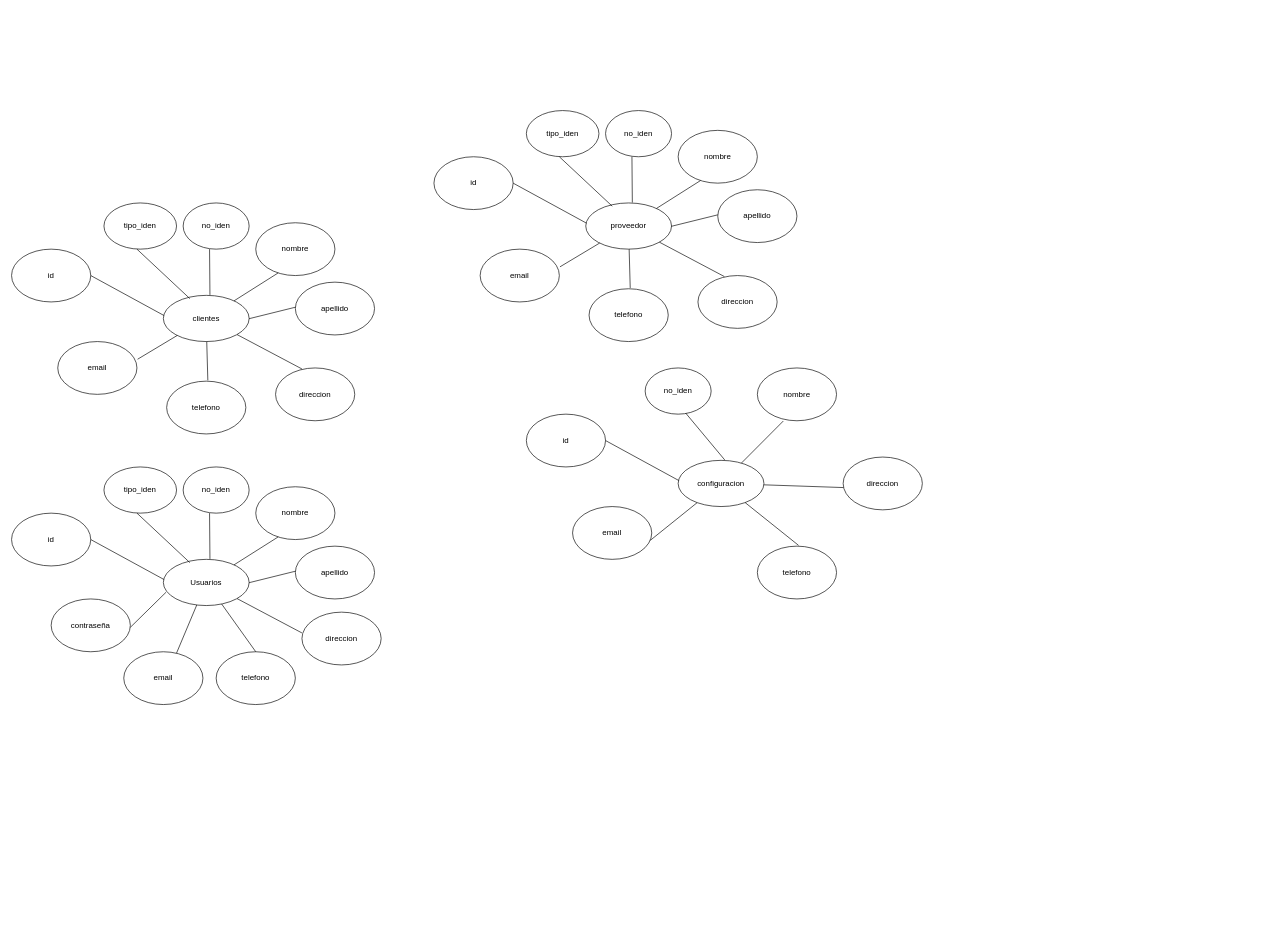
Earlier version of the draw.io diagram Proyecto_Desarrollo.drawio (Memo231823/ProyectoP). Source tidied: cells renumbered, new cells numbered last; positions are measured from the earlier drawing's top-left corner, leaving out a move shared by most shapes. Both pictures are drawn from the tidied source at 66%, with x=0, y=0 at pixel (11, 110).
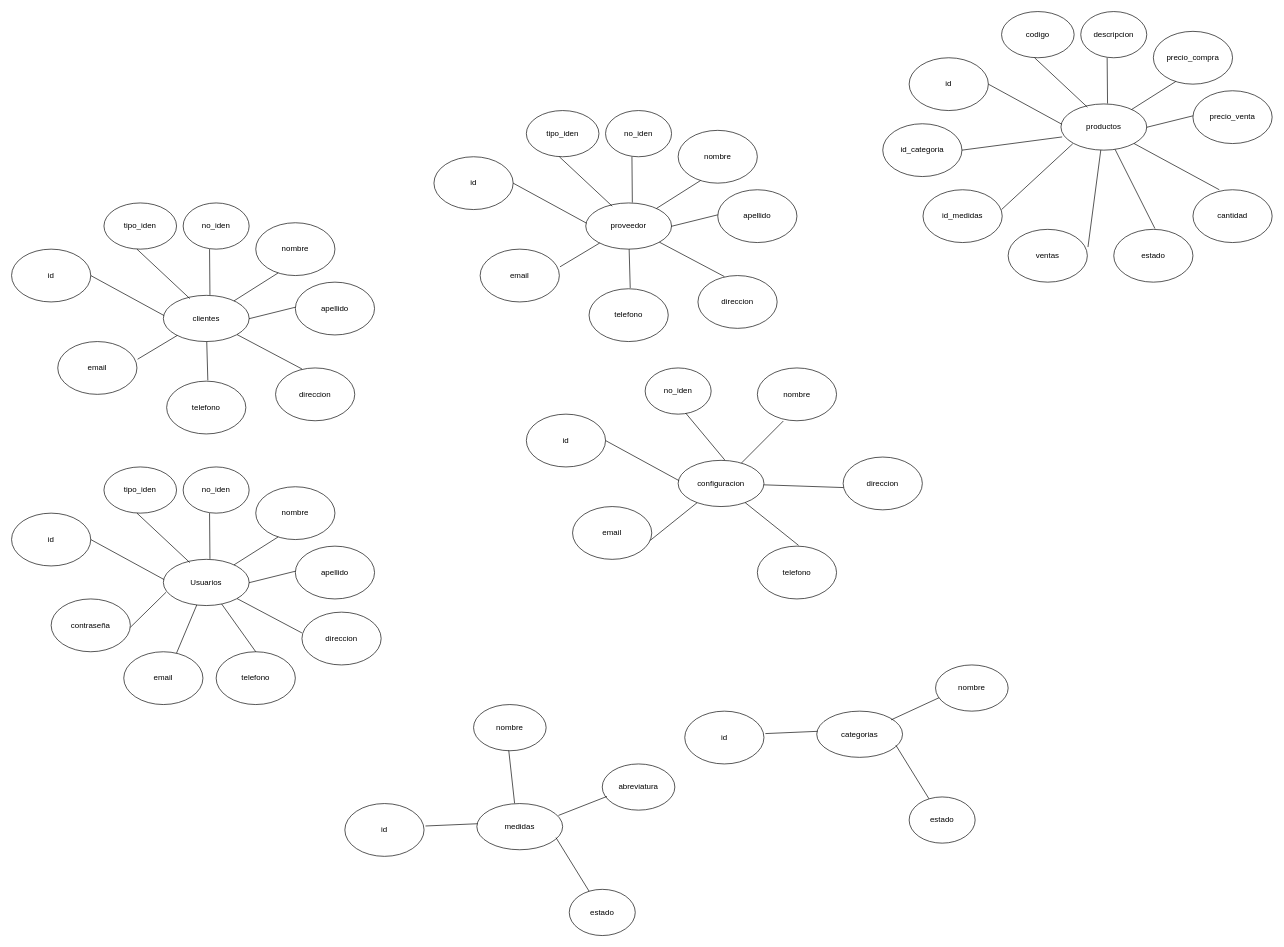
After the change.

What changed in the source:
```diff
@@
+    <mxCell id="68" value="categorias" style="ellipse;whiteSpace=wrap;html=1;" parent="1" vertex="1">
+      <mxGeometry x="1220" y="910" width="130" height="70" as="geometry" />
+    </mxCell>
+    <mxCell id="69" value="nombre" style="ellipse;whiteSpace=wrap;html=1;" parent="1" vertex="1">
+      <mxGeometry x="1400" y="840" width="110" height="70" as="geometry" />
+    </mxCell>
+    <mxCell id="70" value="estado" style="ellipse;whiteSpace=wrap;html=1;" parent="1" vertex="1">
+      <mxGeometry x="1360" y="1040" width="100" height="70" as="geometry" />
+    </mxCell>
+    <mxCell id="71" value="id" style="ellipse;whiteSpace=wrap;html=1;" parent="1" vertex="1">
+      <mxGeometry x="1020" y="910" width="120" height="80" as="geometry" />
+    </mxCell>
+    <mxCell id="72" style="endArrow=none;html=1;rounded=0;exitX=0.008;exitY=0.437;exitDx=0;exitDy=0;exitPerimeter=0;entryX=1.018;entryY=0.425;entryDx=0;entryDy=0;entryPerimeter=0;" parent="1" edge="1" source="68" target="71">
+      <mxGeometry relative="1" as="geometry" />
+    </mxCell>
+    <mxCell id="73" style="endArrow=none;html=1;rounded=0;exitX=0.866;exitY=0.189;exitDx=0;exitDy=0;exitPerimeter=0;entryX=0.049;entryY=0.709;entryDx=0;entryDy=0;entryPerimeter=0;" parent="1" edge="1" source="68" target="69">
+      <mxGeometry relative="1" as="geometry" />
+    </mxCell>
+    <mxCell id="74" style="endArrow=none;html=1;rounded=0;exitX=0.922;exitY=0.737;exitDx=0;exitDy=0;exitPerimeter=0;" parent="1" edge="1" source="68" target="70">
+      <mxGeometry relative="1" as="geometry" />
+    </mxCell>
+    <mxCell id="75" value="medidas" style="ellipse;whiteSpace=wrap;html=1;" parent="1" vertex="1">
+      <mxGeometry x="705" y="1050" width="130" height="70" as="geometry" />
+    </mxCell>
+    <mxCell id="76" value="nombre" style="ellipse;whiteSpace=wrap;html=1;" parent="1" vertex="1">
+      <mxGeometry x="700" y="900" width="110" height="70" as="geometry" />
+    </mxCell>
+    <mxCell id="77" value="estado" style="ellipse;whiteSpace=wrap;html=1;" parent="1" vertex="1">
+      <mxGeometry x="845" y="1180" width="100" height="70" as="geometry" />
+    </mxCell>
+    <mxCell id="78" value="id" style="ellipse;whiteSpace=wrap;html=1;" parent="1" vertex="1">
+      <mxGeometry x="505" y="1050" width="120" height="80" as="geometry" />
+    </mxCell>
+    <mxCell id="79" style="endArrow=none;html=1;rounded=0;exitX=0.008;exitY=0.437;exitDx=0;exitDy=0;exitPerimeter=0;entryX=1.018;entryY=0.425;entryDx=0;entryDy=0;entryPerimeter=0;" parent="1" edge="1" source="75" target="78">
+      <mxGeometry relative="1" as="geometry" />
+    </mxCell>
+    <mxCell id="80" style="endArrow=none;html=1;rounded=0;exitX=0.44;exitY=-0.006;exitDx=0;exitDy=0;exitPerimeter=0;entryX=0.485;entryY=0.994;entryDx=0;entryDy=0;entryPerimeter=0;" parent="1" edge="1" source="75" target="76">
+      <mxGeometry relative="1" as="geometry" />
+    </mxCell>
+    <mxCell id="81" style="endArrow=none;html=1;rounded=0;exitX=0.922;exitY=0.737;exitDx=0;exitDy=0;exitPerimeter=0;" parent="1" edge="1" source="75" target="77">
+      <mxGeometry relative="1" as="geometry" />
+    </mxCell>
+    <mxCell id="82" value="abreviatura" style="ellipse;whiteSpace=wrap;html=1;" parent="1" vertex="1">
+      <mxGeometry x="895" y="990" width="110" height="70" as="geometry" />
+    </mxCell>
+    <mxCell id="83" style="endArrow=none;html=1;rounded=0;exitX=0.065;exitY=0.703;exitDx=0;exitDy=0;exitPerimeter=0;entryX=0.951;entryY=0.257;entryDx=0;entryDy=0;entryPerimeter=0;" parent="1" edge="1" source="82" target="75">
+      <mxGeometry relative="1" as="geometry" />
+    </mxCell>
+    <mxCell id="84" value="productos" style="ellipse;whiteSpace=wrap;html=1;" parent="1" vertex="1">
+      <mxGeometry x="1590" y="-10" width="130" height="70" as="geometry" />
+    </mxCell>
+    <mxCell id="85" value="codigo" style="ellipse;whiteSpace=wrap;html=1;" parent="1" vertex="1">
+      <mxGeometry x="1500" y="-150" width="110" height="70" as="geometry" />
+    </mxCell>
+    <mxCell id="86" value="descripcion" style="ellipse;whiteSpace=wrap;html=1;" parent="1" vertex="1">
+      <mxGeometry x="1620" y="-150" width="100" height="70" as="geometry" />
+    </mxCell>
+    <mxCell id="87" value="precio_compra" style="ellipse;whiteSpace=wrap;html=1;" parent="1" vertex="1">
+      <mxGeometry x="1730" y="-120" width="120" height="80" as="geometry" />
+    </mxCell>
+    <mxCell id="88" value="precio_venta" style="ellipse;whiteSpace=wrap;html=1;" parent="1" vertex="1">
+      <mxGeometry x="1790" y="-30" width="120" height="80" as="geometry" />
+    </mxCell>
+    <mxCell id="89" value="cantidad" style="ellipse;whiteSpace=wrap;html=1;" parent="1" vertex="1">
+      <mxGeometry x="1790" y="120" width="120" height="80" as="geometry" />
+    </mxCell>
+    <mxCell id="90" value="estado" style="ellipse;whiteSpace=wrap;html=1;" parent="1" vertex="1">
+      <mxGeometry x="1670" y="180" width="120" height="80" as="geometry" />
+    </mxCell>
+    <mxCell id="91" value="ventas" style="ellipse;whiteSpace=wrap;html=1;" parent="1" vertex="1">
+      <mxGeometry x="1510" y="180" width="120" height="80" as="geometry" />
+    </mxCell>
+    <mxCell id="92" style="endArrow=none;html=1;rounded=0;" parent="1" edge="1" source="84">
+      <mxGeometry relative="1" as="geometry">
+        <mxPoint x="1764" y="-44" as="targetPoint" />
+      </mxGeometry>
+    </mxCell>
+    <mxCell id="93" style="endArrow=none;html=1;rounded=0;exitX=0.998;exitY=0.506;exitDx=0;exitDy=0;exitPerimeter=0;" parent="1" edge="1" source="84">
+      <mxGeometry relative="1" as="geometry">
+        <mxPoint x="1790" y="8" as="targetPoint" />
+      </mxGeometry>
+    </mxCell>
+    <mxCell id="94" style="endArrow=none;html=1;rounded=0;entryX=0.333;entryY=0;entryDx=0;entryDy=0;entryPerimeter=0;" parent="1" edge="1" source="84" target="89">
+      <mxGeometry relative="1" as="geometry" />
+    </mxCell>
+    <mxCell id="95" value="id" style="ellipse;whiteSpace=wrap;html=1;" parent="1" vertex="1">
+      <mxGeometry x="1360" y="-80" width="120" height="80" as="geometry" />
+    </mxCell>
+    <mxCell id="96" style="endArrow=none;html=1;rounded=0;entryX=0.52;entryY=-0.015;entryDx=0;entryDy=0;entryPerimeter=0;" parent="1" edge="1" source="84" target="90">
+      <mxGeometry relative="1" as="geometry" />
+    </mxCell>
+    <mxCell id="97" style="endArrow=none;html=1;rounded=0;entryX=1.008;entryY=0.335;entryDx=0;entryDy=0;entryPerimeter=0;" parent="1" edge="1" source="84" target="91">
+      <mxGeometry relative="1" as="geometry" />
+    </mxCell>
+    <mxCell id="98" style="endArrow=none;html=1;rounded=0;exitX=0.008;exitY=0.437;exitDx=0;exitDy=0;exitPerimeter=0;" parent="1" edge="1" source="84">
+      <mxGeometry relative="1" as="geometry">
+        <mxPoint x="1480" y="-40" as="targetPoint" />
+      </mxGeometry>
+    </mxCell>
+    <mxCell id="99" style="endArrow=none;html=1;rounded=0;exitX=0.309;exitY=0.071;exitDx=0;exitDy=0;exitPerimeter=0;" parent="1" edge="1" source="84">
+      <mxGeometry relative="1" as="geometry">
+        <mxPoint x="1550" y="-80" as="targetPoint" />
+      </mxGeometry>
+    </mxCell>
+    <mxCell id="100" style="endArrow=none;html=1;rounded=0;exitX=0.543;exitY=-0.009;exitDx=0;exitDy=0;exitPerimeter=0;" parent="1" edge="1" source="84">
+      <mxGeometry relative="1" as="geometry">
+        <mxPoint x="1660" y="-80" as="targetPoint" />
+      </mxGeometry>
+    </mxCell>
+    <mxCell id="101" value="id_medidas" style="ellipse;whiteSpace=wrap;html=1;" parent="1" vertex="1">
+      <mxGeometry x="1381" y="120" width="120" height="80" as="geometry" />
+    </mxCell>
+    <mxCell id="102" style="endArrow=none;html=1;rounded=0;entryX=1.008;entryY=0.335;entryDx=0;entryDy=0;entryPerimeter=0;exitX=0.137;exitY=0.863;exitDx=0;exitDy=0;exitPerimeter=0;" parent="1" edge="1" source="84">
+      <mxGeometry relative="1" as="geometry">
+        <mxPoint x="1500" y="150" as="targetPoint" />
+      </mxGeometry>
+    </mxCell>
+    <mxCell id="103" value="id_categoria" style="ellipse;whiteSpace=wrap;html=1;" parent="1" vertex="1">
+      <mxGeometry x="1320" y="20" width="120" height="80" as="geometry" />
+    </mxCell>
+    <mxCell id="104" style="endArrow=none;html=1;rounded=0;entryX=1.008;entryY=0.335;entryDx=0;entryDy=0;entryPerimeter=0;exitX=0.014;exitY=0.714;exitDx=0;exitDy=0;exitPerimeter=0;" parent="1" edge="1" source="84">
+      <mxGeometry relative="1" as="geometry">
+        <mxPoint x="1440" y="60" as="targetPoint" />
+      </mxGeometry>
+    </mxCell>
```
